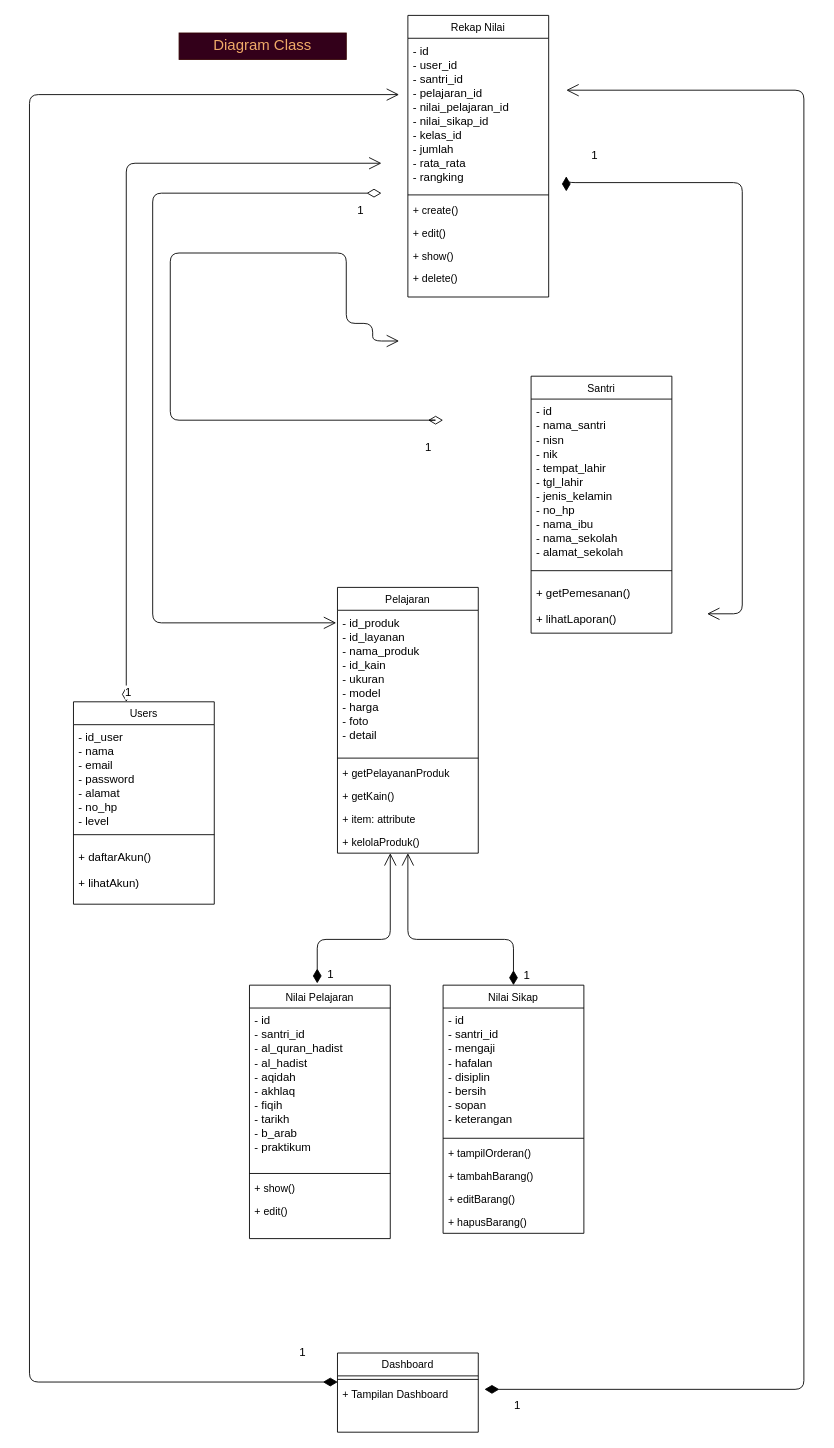
This is page "Diagram-Class" (4 of 15) of draw.io/Proyek-3.drawio from Tugas-Proyek-Polindra/proyek-3, a draw.io file, before an edit. Source tidied: cells renumbered, new cells numbered last; positions are measured from the earlier drawing's top-left corner, leaving out a move shared by most shapes. Both pictures are drawn from the tidied source at 88%, with x=0, y=0 at pixel (29, 15).
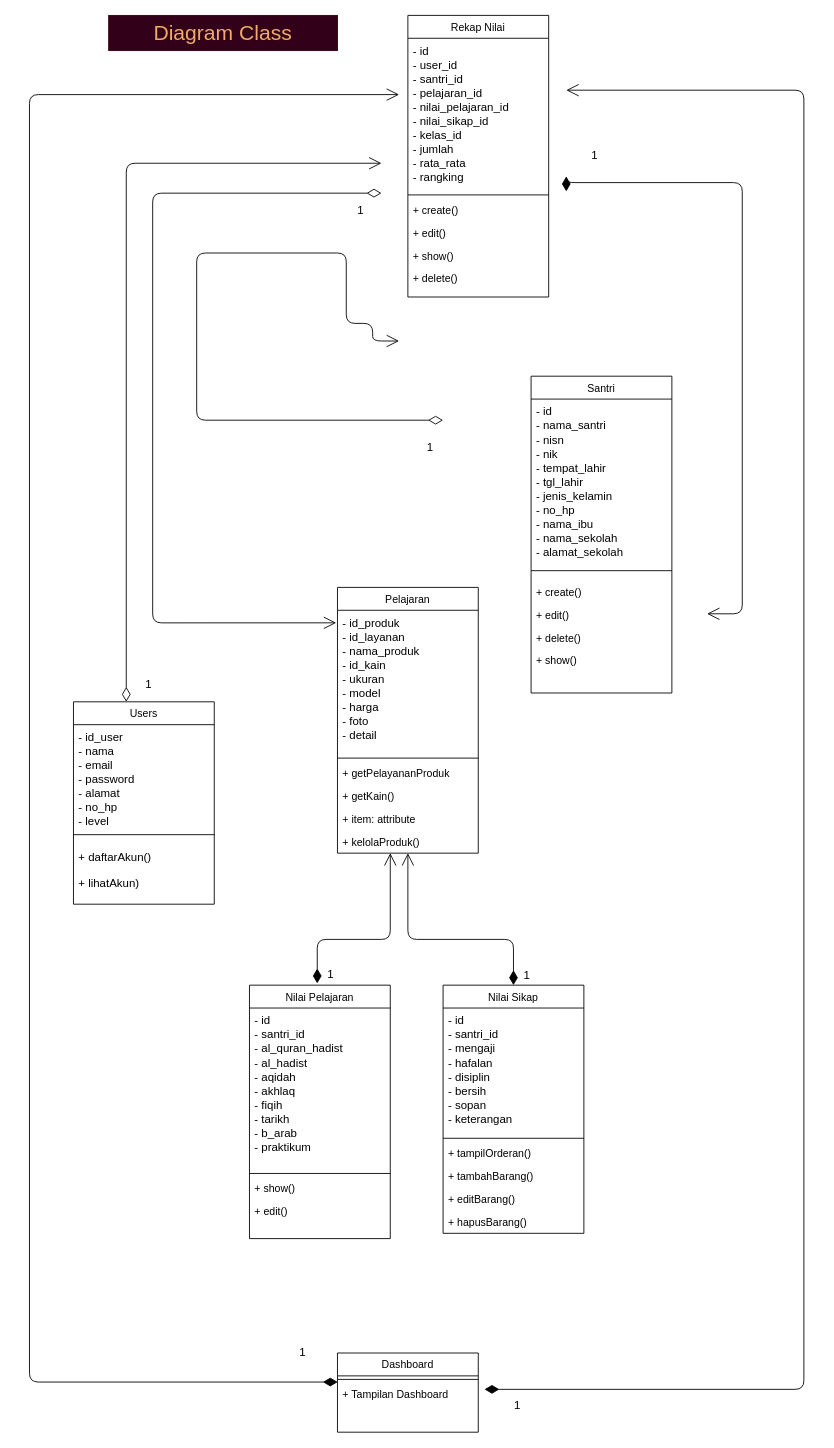
The same page after the edit.

The change refers to these unchanged cells:
```xml
<mxCell id="3" value="Users" style="swimlane;fontStyle=0;align=center;verticalAlign=top;horizontal=1;startSize=26;rounded=0;shadow=0;strokeWidth=1;" parent="1" vertex="1">
  <mxGeometry x="50" y="780" width="160" height="230" as="geometry" />
</mxCell>
<mxCell id="9" value="- id_produk&#10;- id_layanan&#10;- nama_produk&#10;- id_kain&#10;- ukuran&#10;- model&#10;- harga&#10;- foto&#10;- detail" style="text;align=left;verticalAlign=top;spacingLeft=4;spacingRight=4;overflow=hidden;points=[[0,0.5],[1,0.5]];portConstraint=eastwest;fontSize=13;" parent="8" vertex="1">
  <mxGeometry y="26" width="160" height="164" as="geometry" />
</mxCell>
```

What changed in the source:
```diff
@@
     <mxCell id="40" value="Santri" style="swimlane;fontStyle=0;align=center;verticalAlign=top;horizontal=1;startSize=26;rounded=0;shadow=0;strokeWidth=1;" parent="1" vertex="1">
-      <mxGeometry x="570" y="410" width="160" height="292" as="geometry" />
+      <mxGeometry x="570" y="410" width="160" height="360" as="geometry" />
     </mxCell>
@@
-    <mxCell id="43" value="+ getPemesanan()&#10;" style="text;align=left;verticalAlign=top;spacingLeft=4;spacingRight=4;overflow=hidden;fontSize=13;" parent="40" vertex="1">
-      <mxGeometry y="232" width="160" height="30" as="geometry" />
-    </mxCell>
-    <mxCell id="44" value="+ lihatLaporan()&#10;" style="text;align=left;verticalAlign=top;spacingLeft=4;spacingRight=4;overflow=hidden;fontSize=13;" parent="40" vertex="1">
-      <mxGeometry y="262" width="160" height="30" as="geometry" />
-    </mxCell>
+    <mxCell id="50" value="+ create()" style="text;align=left;verticalAlign=top;spacingLeft=4;spacingRight=4;overflow=hidden;" parent="40" vertex="1">
+      <mxGeometry y="232" width="160" height="26" as="geometry" />
+    </mxCell>
+    <mxCell id="51" value="+ edit()&#10;" style="text;align=left;verticalAlign=top;spacingLeft=4;spacingRight=4;overflow=hidden;" parent="40" vertex="1">
+      <mxGeometry y="258" width="160" height="26" as="geometry" />
+    </mxCell>
+    <mxCell id="52" value="+ delete()" style="text;strokeColor=none;fillColor=none;align=left;verticalAlign=top;spacingLeft=4;spacingRight=4;overflow=hidden;" parent="40" vertex="1">
+      <mxGeometry y="284" width="160" height="26" as="geometry" />
+    </mxCell>
+    <mxCell id="53" value="+ show()" style="text;strokeColor=none;fillColor=none;align=left;verticalAlign=top;spacingLeft=4;spacingRight=4;overflow=hidden;" parent="40" vertex="1">
+      <mxGeometry y="310" width="160" height="26" as="geometry" />
+    </mxCell>
@@
     <mxCell id="46" value="1" style="endArrow=open;html=1;endSize=12;startArrow=diamondThin;startSize=14;startFill=0;edgeStyle=orthogonalEdgeStyle;align=left;verticalAlign=bottom;fontSize=13;exitX=0.375;exitY=0;exitDx=0;exitDy=0;exitPerimeter=0;" parent="1" edge="1" source="3">
-      <mxGeometry x="-1" y="3" relative="1" as="geometry">
+      <mxGeometry x="-0.98" y="-20" relative="1" as="geometry">
         <mxPoint x="400" y="168" as="targetPoint" />
         <Array as="points">
           <mxPoint x="110" y="168" />
         </Array>
       </mxGeometry>
     </mxCell>
     <mxCell id="47" value="1" style="endArrow=open;html=1;endSize=12;startArrow=diamondThin;startSize=14;startFill=0;edgeStyle=orthogonalEdgeStyle;align=left;verticalAlign=bottom;fontSize=13;" parent="1" edge="1">
       <mxGeometry x="-0.95" y="42" relative="1" as="geometry">
         <mxPoint x="470" y="460" as="sourcePoint" />
         <mxPoint x="420" y="370" as="targetPoint" />
         <Array as="points">
-          <mxPoint x="465" y="460" />
-          <mxPoint x="160" y="460" />
-          <mxPoint x="160" y="270" />
+          <mxPoint x="190" y="460" />
+          <mxPoint x="190" y="270" />
           <mxPoint x="360" y="270" />
           <mxPoint x="360" y="350" />
           <mxPoint x="390" y="350" />
           <mxPoint x="390" y="370" />
         </Array>
       </mxGeometry>
     </mxCell>
+    <mxCell id="49" value="1" style="endArrow=open;html=1;endSize=12;startArrow=diamondThin;startSize=14;startFill=0;edgeStyle=orthogonalEdgeStyle;align=left;verticalAlign=bottom;fontSize=13;entryX=-0.009;entryY=0.087;entryDx=0;entryDy=0;entryPerimeter=0;" parent="1" edge="1" target="9">
+      <mxGeometry x="-0.94" y="30" relative="1" as="geometry">
+        <mxPoint x="400" y="202" as="sourcePoint" />
+        <Array as="points">
+          <mxPoint x="140" y="202" />
+          <mxPoint x="140" y="690" />
+        </Array>
+      </mxGeometry>
+    </mxCell>
-    <mxCell id="48" value="&lt;font style=&quot;font-size: 17px&quot; color=&quot;#f0aa69&quot;&gt;Diagram Class&lt;/font&gt;" style="text;html=1;align=center;verticalAlign=middle;whiteSpace=wrap;rounded=0;fontColor=#333333;strokeColor=#330000;fillColor=#33001A;" parent="1" vertex="1">
-      <mxGeometry x="170" y="20" width="190" height="30" as="geometry" />
+    <mxCell id="48" value="&lt;font color=&quot;#f0aa69&quot; style=&quot;font-size: 24px&quot;&gt;Diagram Class&lt;/font&gt;" style="text;html=1;align=center;verticalAlign=middle;whiteSpace=wrap;rounded=0;fontColor=#333333;strokeColor=#330000;fillColor=#33001A;" parent="1" vertex="1">
+      <mxGeometry x="90" width="260" height="40" as="geometry" />
     </mxCell>
-    <mxCell id="49" value="1" style="endArrow=open;html=1;endSize=12;startArrow=diamondThin;startSize=14;startFill=0;edgeStyle=orthogonalEdgeStyle;align=left;verticalAlign=bottom;fontSize=13;entryX=-0.009;entryY=0.087;entryDx=0;entryDy=0;entryPerimeter=0;" parent="1" edge="1" target="9">
-      <mxGeometry x="-0.94" y="30" relative="1" as="geometry">
-        <mxPoint x="400" y="202" as="sourcePoint" />
-        <Array as="points">
-          <mxPoint x="140" y="202" />
-          <mxPoint x="140" y="690" />
-        </Array>
-      </mxGeometry>
-    </mxCell>
```
